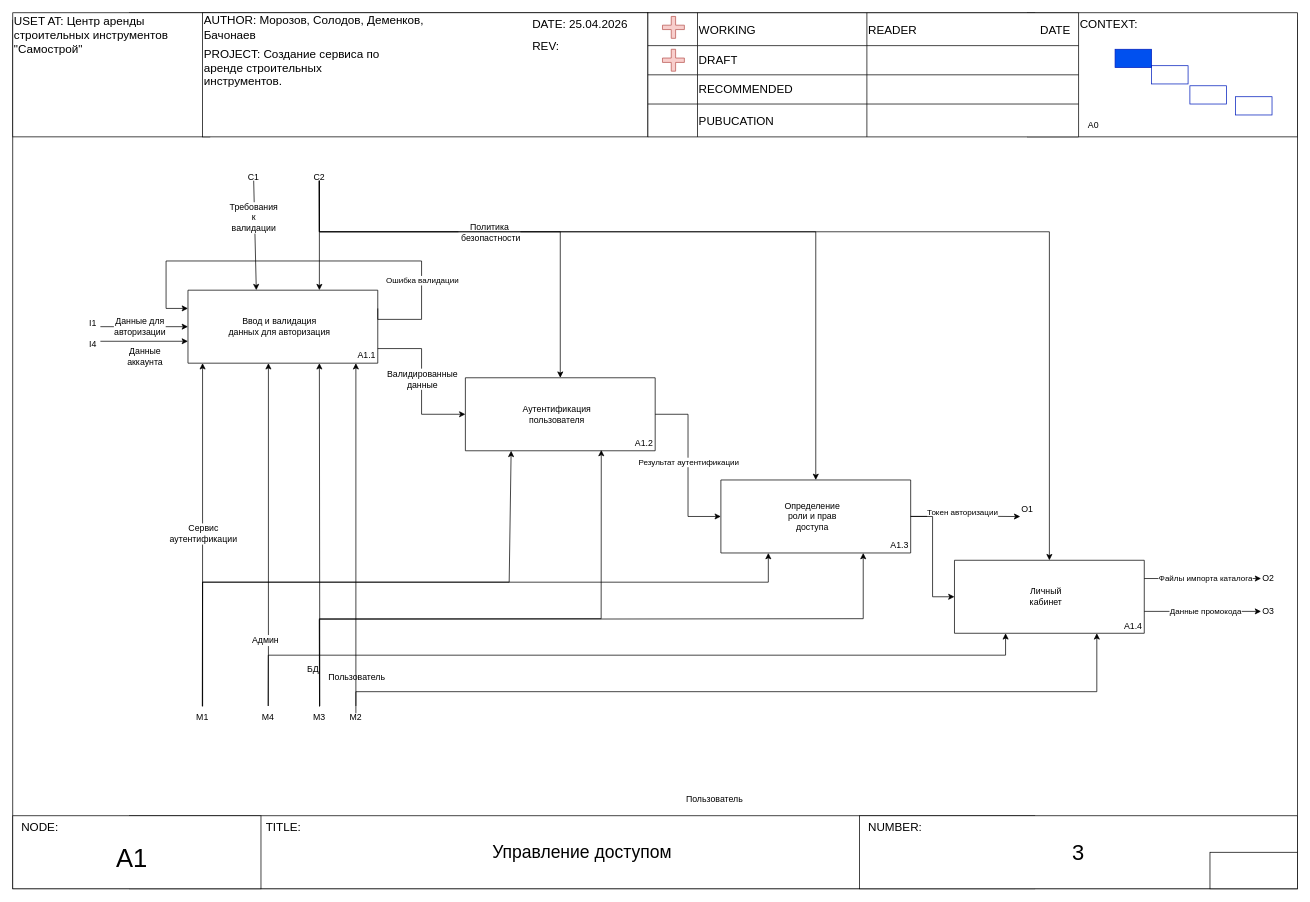
The draw.io diagram page "А1" (3 of 6) of gorodez_1.drawio in Silrec/gorodez, before the edit. Source tidied: cells renumbered, new cells numbered last; positions are measured from the earlier drawing's top-left corner, leaving out a move shared by most shapes. Both pictures are drawn from the tidied source at 73%, with x=0, y=0 at pixel (12, 12).
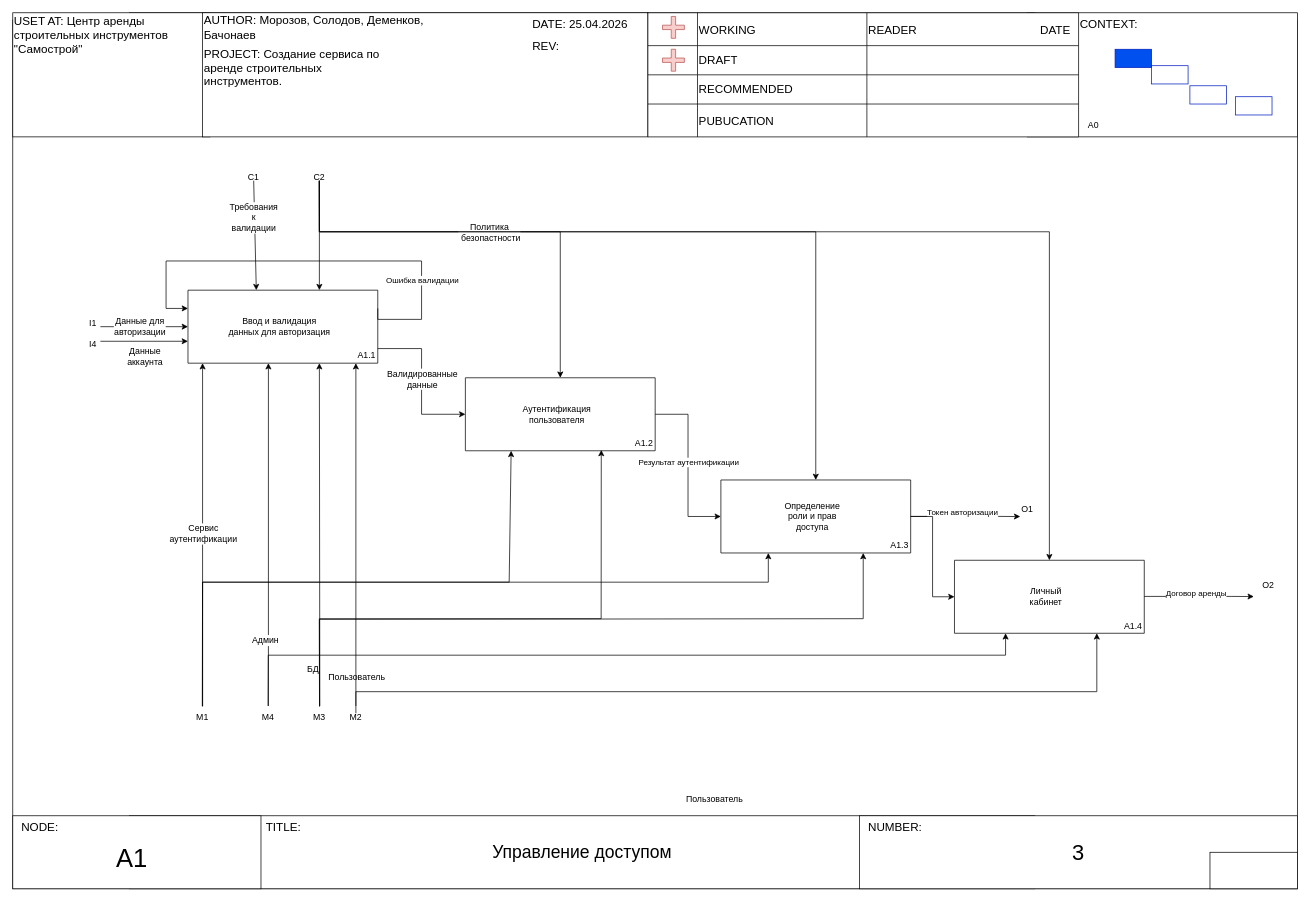
The same diagram, later.

Unchanged cells that the change refers to:
```xml
<mxCell id="2" value="я" style="group;fontFamily=Helvetica;" parent="1" vertex="1">
  <mxGeometry width="1760" height="1200" as="geometry" />
</mxCell>
<mxCell id="97" style="swimlane;startSize=0;fontFamily=Helvetica;" parent="2" vertex="1">
  <mxGeometry x="1290" y="750" width="260" height="100" as="geometry" />
</mxCell>
```

What changed in the source:
```diff
@@
-    <mxCell id="95" style="edgeStyle=orthogonalEdgeStyle;rounded=0;jettySize=auto;html=1;exitX=1;exitY=0.25;exitDx=0;exitDy=0;" parent="2" edge="1" source="97">
-      <mxGeometry relative="1" as="geometry">
-        <mxPoint x="1710" y="775" as="targetPoint" />
-        <Array as="points">
-          <mxPoint x="1665" y="775" />
-        </Array>
-      </mxGeometry>
-    </mxCell>
-    <mxCell id="96" value="Файлы импорта каталога" style="edgeLabel;html=1;align=center;verticalAlign=middle;" parent="95" vertex="1">
-      <mxGeometry x="0.05" y="1" relative="1" as="geometry">
-        <mxPoint x="-1" as="offset" />
-      </mxGeometry>
-    </mxCell>
@@
+    <mxCell id="108" style="edgeStyle=orthogonalEdgeStyle;rounded=0;orthogonalLoop=1;jettySize=auto;html=1;entryX=0.733;entryY=0.538;entryDx=0;entryDy=0;fontFamily=Helvetica;entryPerimeter=0;" parent="2" edge="1">
+      <mxGeometry relative="1" as="geometry">
+        <mxPoint x="1550" y="799.5" as="sourcePoint" />
+        <mxPoint x="1700.1" y="799.7" as="targetPoint" />
+        <Array as="points">
+          <mxPoint x="1670" y="799.5" />
+          <mxPoint x="1670" y="799.5" />
+        </Array>
+      </mxGeometry>
+    </mxCell>
+    <mxCell id="109" value="Договор аренды" style="edgeLabel;html=1;align=center;verticalAlign=middle;fontFamily=Helvetica;" parent="108" vertex="1">
+      <mxGeometry x="-0.49" y="2" relative="1" as="geometry">
+        <mxPoint x="32" y="-3" as="offset" />
+      </mxGeometry>
+    </mxCell>
     <mxCell id="104" value="О2" style="text;html=1;align=center;verticalAlign=middle;whiteSpace=wrap;rounded=0;" parent="2" vertex="1">
-      <mxGeometry x="1690" y="760" width="60" height="30" as="geometry" />
+      <mxGeometry x="1690" y="770" width="60" height="30" as="geometry" />
     </mxCell>
-    <mxCell id="105" style="edgeStyle=orthogonalEdgeStyle;rounded=0;orthogonalLoop=1;jettySize=auto;html=1;exitX=1;exitY=0.25;exitDx=0;exitDy=0;" parent="2" edge="1">
-      <mxGeometry relative="1" as="geometry">
-        <mxPoint x="1550" y="820" as="sourcePoint" />
-        <mxPoint x="1710" y="820" as="targetPoint" />
-        <Array as="points">
-          <mxPoint x="1665" y="820" />
-        </Array>
-      </mxGeometry>
-    </mxCell>
-    <mxCell id="106" value="Данные промокода" style="edgeLabel;html=1;align=center;verticalAlign=middle;" parent="105" vertex="1">
-      <mxGeometry x="0.05" y="1" relative="1" as="geometry">
-        <mxPoint x="-1" as="offset" />
-      </mxGeometry>
-    </mxCell>
-    <mxCell id="107" value="О3" style="text;html=1;align=center;verticalAlign=middle;whiteSpace=wrap;rounded=0;" parent="2" vertex="1">
-      <mxGeometry x="1690" y="805" width="60" height="30" as="geometry" />
-    </mxCell>
```
